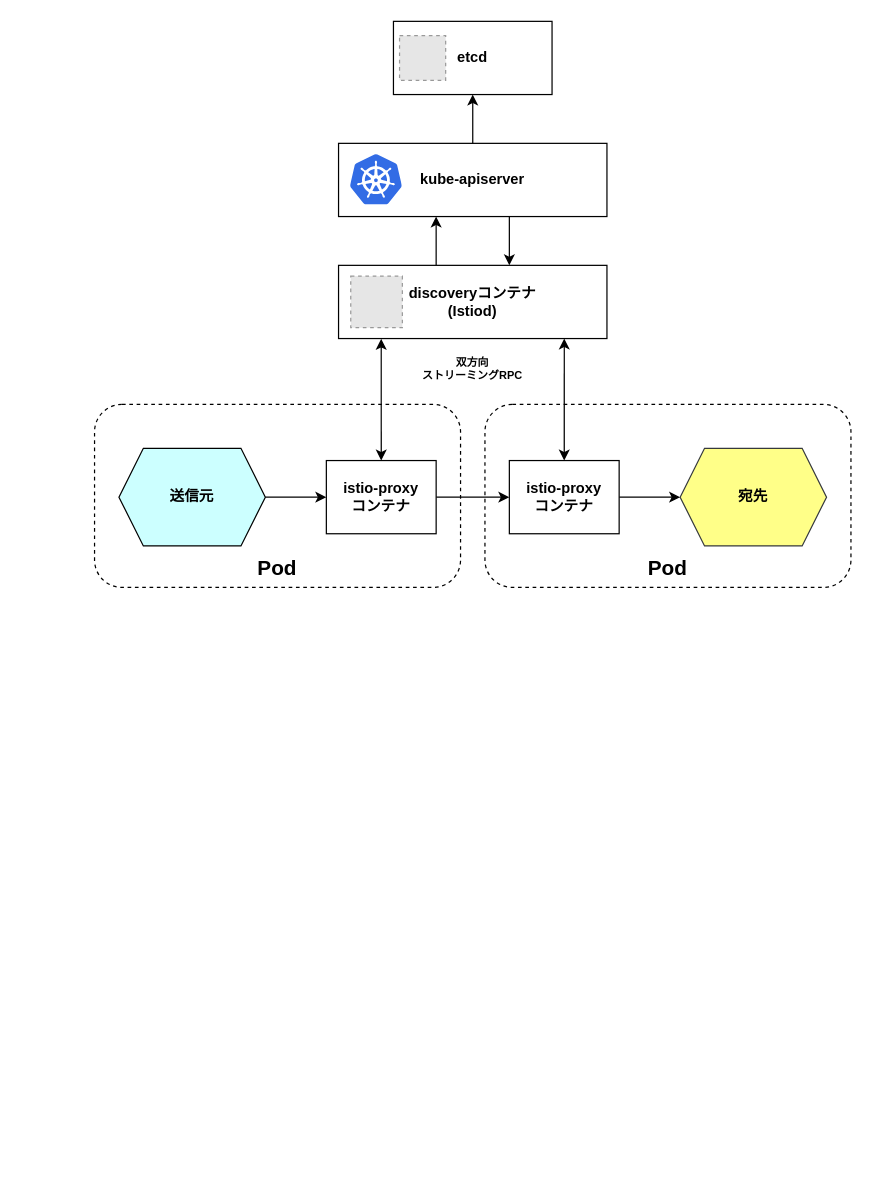
Earlier version of the draw.io diagram page "service-discovery_istio" (5 of 10) of images/service-discovery_istio.drawio (hiroki-it/tech-notebook_old). Source tidied: cells renumbered, new cells numbered last; positions are measured from the earlier drawing's top-left corner, leaving out a move shared by most shapes. Both pictures are drawn from the tidied source at 122%, with x=0, y=0 at pixel (94, 21). Pictures stored in the file or linked from it are replaced by grey dashed boxes.
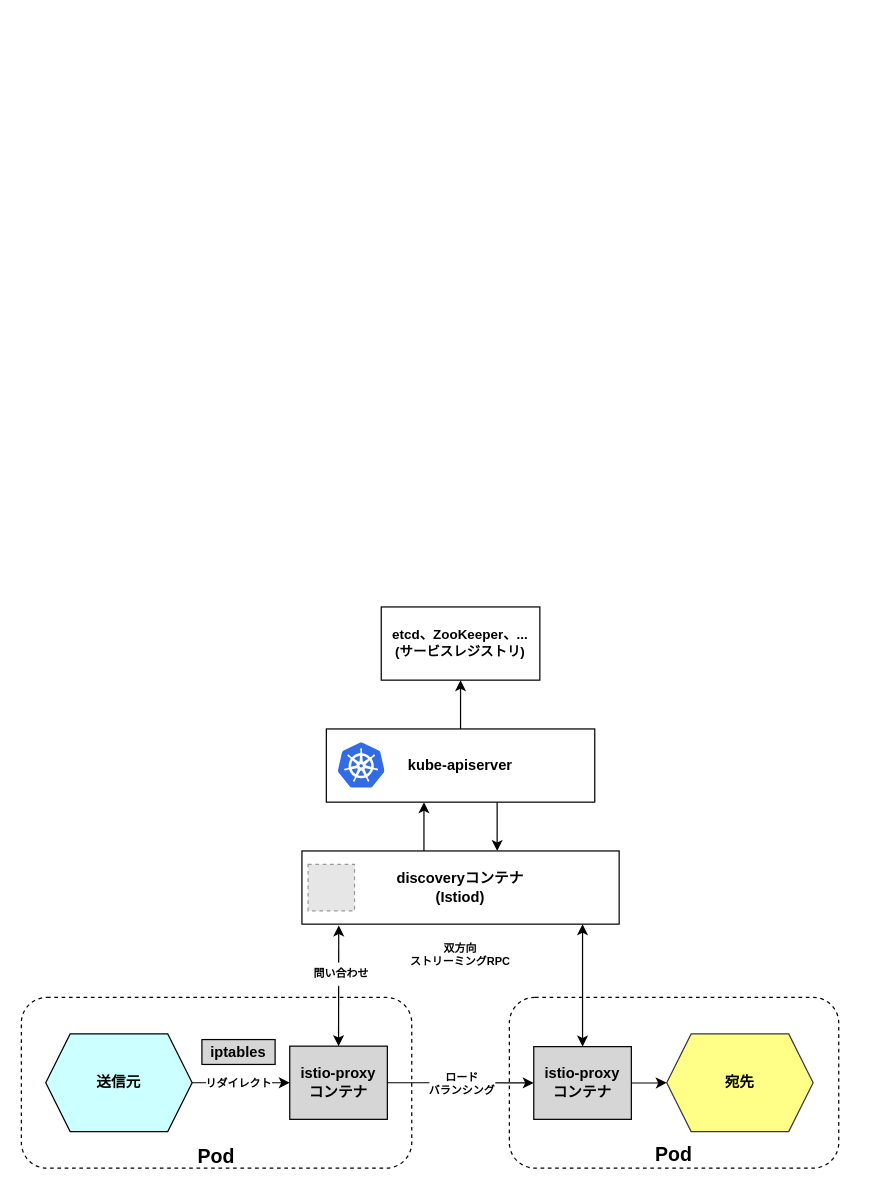
Above is the later version.

The edit, as a diff of the source:
```diff
@@
-    <mxCell id="2" style="group;" parent="1" vertex="1">
-      <mxGeometry y="314" width="300" height="150" as="geometry" />
-    </mxCell>
-    <mxCell id="3" style="rounded=1;whiteSpace=wrap;html=1;fillColor=none;dashed=1;" parent="2" vertex="1">
-      <mxGeometry width="300" height="150" as="geometry" />
-    </mxCell>
-    <mxCell id="4" value="&lt;b style=&quot;font-size: 17px;&quot;&gt;Pod&lt;/b&gt;" style="text;html=1;strokeColor=none;fillColor=none;align=center;verticalAlign=middle;whiteSpace=wrap;rounded=0;dashed=1;fontStyle=0;fontSize=17;" parent="2" vertex="1">
-      <mxGeometry x="120" y="120" width="60" height="30" as="geometry" />
-    </mxCell>
-    <mxCell id="5" style="group;" parent="1" vertex="1">
-      <mxGeometry x="320" y="314" width="300" height="150" as="geometry" />
-    </mxCell>
-    <mxCell id="6" style="rounded=1;whiteSpace=wrap;html=1;fillColor=none;dashed=1;" parent="5" vertex="1">
-      <mxGeometry width="300" height="150" as="geometry" />
-    </mxCell>
-    <mxCell id="7" value="&lt;b style=&quot;font-size: 17px;&quot;&gt;Pod&lt;/b&gt;" style="text;html=1;strokeColor=none;fillColor=none;align=center;verticalAlign=middle;whiteSpace=wrap;rounded=0;dashed=1;fontStyle=0;fontSize=17;" parent="5" vertex="1">
-      <mxGeometry x="120" y="120" width="60" height="30" as="geometry" />
-    </mxCell>
-    <mxCell id="8" style="edgeStyle=orthogonalEdgeStyle;rounded=0;jettySize=auto;html=1;" parent="1" edge="1" source="9" target="12">
-      <mxGeometry relative="1" as="geometry" />
-    </mxCell>
+    <mxCell id="29" style="rounded=1;whiteSpace=wrap;html=1;fillColor=none;dashed=1;" parent="1" vertex="1">
+      <mxGeometry x="340" y="800" width="270" height="140" as="geometry" />
+    </mxCell>
+    <mxCell id="30" style="rounded=1;whiteSpace=wrap;html=1;fillColor=none;dashed=1;" parent="1" vertex="1">
+      <mxGeometry x="-60" y="800" width="320" height="140" as="geometry" />
+    </mxCell>
+    <mxCell id="31" style="edgeStyle=orthogonalEdgeStyle;rounded=0;jettySize=auto;html=1;entryX=0;entryY=0.5;entryDx=0;entryDy=0;" parent="1" edge="1" source="9">
+      <mxGeometry relative="1" as="geometry">
+        <mxPoint x="160" y="870" as="targetPoint" />
+        <Array as="points">
+          <mxPoint x="145" y="870" />
+        </Array>
+      </mxGeometry>
+    </mxCell>
+    <mxCell id="32" value="&lt;b&gt;リダイレクト&lt;/b&gt;" style="edgeLabel;html=1;align=center;verticalAlign=middle;fontSize=9;" parent="31" vertex="1">
+      <mxGeometry y="-1" relative="1" as="geometry">
+        <mxPoint x="-3" y="-1" as="offset" />
+      </mxGeometry>
+    </mxCell>
     <mxCell id="9" value="&lt;b&gt;送信元&lt;br&gt;&lt;/b&gt;" style="shape=hexagon;perimeter=hexagonPerimeter2;whiteSpace=wrap;html=1;fixedSize=1;fillColor=#CCFFFF;strokeColor=default;" parent="1" vertex="1">
-      <mxGeometry x="20" y="350" width="120" height="80" as="geometry" />
+      <mxGeometry x="-40" y="830" width="120" height="80" as="geometry" />
     </mxCell>
     <mxCell id="10" value="&lt;b&gt;宛先&lt;br&gt;&lt;/b&gt;" style="shape=hexagon;perimeter=hexagonPerimeter2;whiteSpace=wrap;html=1;fixedSize=1;fillColor=#ffff88;strokeColor=#36393d;" parent="1" vertex="1">
-      <mxGeometry x="480" y="350" width="120" height="80" as="geometry" />
+      <mxGeometry x="469" y="830" width="120" height="80" as="geometry" />
     </mxCell>
-    <mxCell id="11" style="edgeStyle=orthogonalEdgeStyle;rounded=0;jettySize=auto;html=1;fontSize=17;entryX=0;entryY=0.5;entryDx=0;entryDy=0;" parent="1" edge="1" source="12" target="16">
-      <mxGeometry relative="1" as="geometry" />
-    </mxCell>
-    <mxCell id="12" value="&lt;b&gt;istio-proxy&lt;br&gt;コンテナ&lt;br&gt;&lt;/b&gt;" style="rounded=0;whiteSpace=wrap;html=1;" parent="1" vertex="1">
-      <mxGeometry x="190" y="360" width="90" height="60" as="geometry" />
-    </mxCell>
-    <mxCell id="13" style="edgeStyle=orthogonalEdgeStyle;rounded=0;orthogonalLoop=1;jettySize=auto;html=1;exitX=0.25;exitY=0;exitDx=0;exitDy=0;" parent="1" edge="1">
-      <mxGeometry relative="1" as="geometry">
-        <mxPoint x="280" y="200" as="sourcePoint" />
-        <mxPoint x="280" y="160" as="targetPoint" />
-        <Array as="points">
-          <mxPoint x="280" y="180" />
-          <mxPoint x="280" y="180" />
-        </Array>
-      </mxGeometry>
-    </mxCell>
-    <mxCell id="14" style="rounded=0;orthogonalLoop=1;jettySize=auto;html=1;exitX=0.25;exitY=0;exitDx=0;exitDy=0;strokeColor=default;" parent="1" edge="1">
-      <mxGeometry relative="1" as="geometry">
-        <mxPoint x="340" y="160" as="sourcePoint" />
-        <mxPoint x="340" y="200" as="targetPoint" />
-      </mxGeometry>
-    </mxCell>
-    <mxCell id="15" style="edgeStyle=orthogonalEdgeStyle;rounded=0;jettySize=auto;html=1;fontSize=17;" parent="1" edge="1" source="16" target="10">
-      <mxGeometry relative="1" as="geometry" />
-    </mxCell>
-    <mxCell id="16" value="&lt;b&gt;istio-proxy&lt;br&gt;コンテナ&lt;br&gt;&lt;/b&gt;" style="rounded=0;whiteSpace=wrap;html=1;" parent="1" vertex="1">
-      <mxGeometry x="340" y="360" width="90" height="60" as="geometry" />
-    </mxCell>
+    <mxCell id="33" value="&lt;span style=&quot;color: rgba(0, 0, 0, 0); font-family: monospace; font-size: 0px; text-align: start; background-color: rgb(248, 249, 250);&quot;&gt;ろー&lt;/span&gt;" style="edgeStyle=orthogonalEdgeStyle;rounded=0;jettySize=auto;html=1;fontSize=17;entryX=0;entryY=0.5;entryDx=0;entryDy=0;exitX=1;exitY=0.5;exitDx=0;exitDy=0;" parent="1" edge="1" source="49" target="51">
+      <mxGeometry relative="1" as="geometry" />
+    </mxCell>
+    <mxCell id="34" value="&lt;b&gt;ロード&lt;br&gt;バランシング&lt;/b&gt;" style="edgeLabel;html=1;align=center;verticalAlign=middle;fontSize=9;" parent="33" vertex="1">
+      <mxGeometry relative="1" as="geometry">
+        <mxPoint x="1" as="offset" />
+      </mxGeometry>
+    </mxCell>
+    <mxCell id="35" style="edgeStyle=orthogonalEdgeStyle;rounded=0;orthogonalLoop=1;jettySize=auto;html=1;exitX=0.25;exitY=0;exitDx=0;exitDy=0;" parent="1" edge="1">
+      <mxGeometry relative="1" as="geometry">
+        <mxPoint x="270" y="680" as="sourcePoint" />
+        <mxPoint x="270" y="640" as="targetPoint" />
+        <Array as="points">
+          <mxPoint x="270" y="660" />
+          <mxPoint x="270" y="660" />
+        </Array>
+      </mxGeometry>
+    </mxCell>
+    <mxCell id="36" style="edgeStyle=orthogonalEdgeStyle;rounded=0;orthogonalLoop=1;jettySize=auto;html=1;exitX=0.25;exitY=0;exitDx=0;exitDy=0;" parent="1" edge="1">
+      <mxGeometry relative="1" as="geometry">
+        <mxPoint x="330" y="640" as="sourcePoint" />
+        <mxPoint x="330" y="680" as="targetPoint" />
+        <Array as="points">
+          <mxPoint x="330" y="660" />
+          <mxPoint x="330" y="660" />
+        </Array>
+      </mxGeometry>
+    </mxCell>
+    <mxCell id="37" style="edgeStyle=orthogonalEdgeStyle;rounded=0;jettySize=auto;html=1;fontSize=17;exitX=1;exitY=0.5;exitDx=0;exitDy=0;" parent="1" edge="1" source="51" target="10">
+      <mxGeometry relative="1" as="geometry" />
+    </mxCell>
-    <mxCell id="17" value="双方向&lt;br style=&quot;font-size: 9px;&quot;&gt;ストリーミングRPC" style="text;html=1;strokeColor=none;fillColor=none;align=center;verticalAlign=middle;whiteSpace=wrap;rounded=0;fontSize=9;fontStyle=1;" parent="1" vertex="1">
-      <mxGeometry x="240" y="270" width="140" height="30" as="geometry" />
+    <mxCell id="17" value="&lt;b style=&quot;font-size: 9px;&quot;&gt;双方向&lt;br style=&quot;font-size: 9px;&quot;&gt;ストリーミングRPC&lt;/b&gt;" style="text;html=1;strokeColor=none;fillColor=none;align=center;verticalAlign=middle;whiteSpace=wrap;rounded=0;fontSize=9;" parent="1" vertex="1">
+      <mxGeometry x="230" y="750" width="140" height="30" as="geometry" />
     </mxCell>
-    <mxCell id="18" style="group;" parent="1" vertex="1">
-      <mxGeometry x="200" y="200" width="220" height="60" as="geometry" />
-    </mxCell>
+    <mxCell id="38" style="group;" parent="1" vertex="1">
+      <mxGeometry x="170" y="680" width="260" height="60" as="geometry" />
+    </mxCell>
-    <mxCell id="19" value="&lt;b&gt;discoveryコンテナ&lt;br&gt;(Istiod)&lt;/b&gt;" style="rounded=0;whiteSpace=wrap;html=1;" parent="18" vertex="1">
-      <mxGeometry width="220" height="60" as="geometry" />
+    <mxCell id="19" value="&lt;b&gt;discoveryコンテナ&lt;br&gt;(Istiod)&lt;/b&gt;" style="rounded=0;whiteSpace=wrap;html=1;" parent="38" vertex="1">
+      <mxGeometry width="260" height="60" as="geometry" />
     </mxCell>
-    <mxCell id="20" style="fillColor=#E6E6E6;strokeColor=#999999;dashed=1;verticalLabelPosition=bottom;labelBackgroundColor=default;verticalAlign=top;" parent="18" vertex="1">
-      <mxGeometry x="10" y="8.8" width="42.3" height="42.3" as="geometry" />
-    </mxCell>
-    <mxCell id="21" style="group;" parent="1" vertex="1">
-      <mxGeometry x="200" y="100" width="220" height="60" as="geometry" />
-    </mxCell>
+    <mxCell id="39" style="fillColor=#E6E6E6;strokeColor=#999999;dashed=1;verticalLabelPosition=bottom;labelBackgroundColor=default;verticalAlign=top;" parent="38" vertex="1">
+      <mxGeometry x="5" y="11" width="38.1" height="38.1" as="geometry" />
+    </mxCell>
+    <mxCell id="40" style="group;" parent="1" vertex="1">
+      <mxGeometry x="190" y="580" width="220" height="60" as="geometry" />
+    </mxCell>
-    <mxCell id="22" value="&lt;b&gt;kube-apiserver&lt;/b&gt;" style="rounded=0;whiteSpace=wrap;html=1;" parent="21" vertex="1">
+    <mxCell id="22" value="&lt;b&gt;kube-apiserver&lt;/b&gt;" style="rounded=0;whiteSpace=wrap;html=1;strokeWidth=1;" parent="40" vertex="1">
       <mxGeometry width="220" height="60" as="geometry" />
     </mxCell>
-    <mxCell id="23" style="sketch=0;html=1;align=center;image;fontSize=12;image=img/lib/mscae/Kubernetes.svg;" parent="21" vertex="1">
-      <mxGeometry x="10" y="8.8" width="42.3" height="42.3" as="geometry" />
-    </mxCell>
-    <mxCell id="24" style="edgeStyle=orthogonalEdgeStyle;rounded=0;jettySize=auto;html=1;entryX=0.5;entryY=1;entryDx=0;entryDy=0;" parent="1" edge="1" target="25">
-      <mxGeometry relative="1" as="geometry">
-        <mxPoint x="310" y="100" as="sourcePoint" />
-        <Array as="points">
-          <mxPoint x="310" y="80" />
-          <mxPoint x="310" y="80" />
-        </Array>
-      </mxGeometry>
-    </mxCell>
-    <mxCell id="25" value="&lt;b&gt;etcd&lt;/b&gt;" style="rounded=0;whiteSpace=wrap;html=1;" parent="1" vertex="1">
-      <mxGeometry x="245" width="130" height="60" as="geometry" />
-    </mxCell>
-    <mxCell id="26" style="fillColor=#E6E6E6;strokeColor=#999999;dashed=1;" parent="1" vertex="1">
-      <mxGeometry x="250" y="11.7" width="37.8" height="36.6" as="geometry" />
-    </mxCell>
-    <mxCell id="27" style="endArrow=classic;startArrow=classic;html=1;rounded=0;strokeColor=default;fontFamily=Helvetica;fontSize=12;fontColor=default;exitX=0.5;exitY=0;exitDx=0;exitDy=0;entryX=0.841;entryY=1;entryDx=0;entryDy=0;entryPerimeter=0;" parent="1" edge="1" source="16" target="19">
-      <mxGeometry relative="1" as="geometry" />
-    </mxCell>
-    <mxCell id="28" style="endArrow=classic;startArrow=classic;html=1;rounded=0;strokeColor=default;fontFamily=Helvetica;fontSize=12;fontColor=default;exitX=0.5;exitY=0;exitDx=0;exitDy=0;entryX=0.159;entryY=1.004;entryDx=0;entryDy=0;entryPerimeter=0;" parent="1" edge="1" source="12" target="19">
-      <mxGeometry relative="1" as="geometry" />
-    </mxCell>
+    <mxCell id="41" style="sketch=0;html=1;align=center;image;fontSize=12;image=img/lib/mscae/Kubernetes.svg;" parent="40" vertex="1">
+      <mxGeometry x="10" y="11" width="38.1" height="38.1" as="geometry" />
+    </mxCell>
+    <mxCell id="42" style="edgeStyle=orthogonalEdgeStyle;rounded=0;jettySize=auto;html=1;entryX=0.5;entryY=1;entryDx=0;entryDy=0;" parent="1" edge="1" target="43">
+      <mxGeometry relative="1" as="geometry">
+        <mxPoint x="300" y="580" as="sourcePoint" />
+        <Array as="points">
+          <mxPoint x="300" y="560" />
+          <mxPoint x="300" y="560" />
+        </Array>
+      </mxGeometry>
+    </mxCell>
+    <mxCell id="43" value="&lt;b style=&quot;font-size: 11px;&quot;&gt;etcd、ZooKeeper、...&lt;br style=&quot;font-size: 11px;&quot;&gt;(サービスレジストリ)&lt;/b&gt;" style="rounded=0;whiteSpace=wrap;html=1;fontSize=11;" parent="1" vertex="1">
+      <mxGeometry x="235" y="480" width="130" height="60" as="geometry" />
+    </mxCell>
+    <mxCell id="44" style="endArrow=classic;startArrow=classic;html=1;rounded=0;strokeColor=default;fontFamily=Helvetica;fontSize=12;fontColor=default;exitX=0.5;exitY=0;exitDx=0;exitDy=0;entryX=0.116;entryY=1.018;entryDx=0;entryDy=0;entryPerimeter=0;" parent="1" edge="1" source="49" target="19">
+      <mxGeometry relative="1" as="geometry" />
+    </mxCell>
+    <mxCell id="45" style="edgeLabel;html=1;align=center;verticalAlign=middle;fontSize=9;" parent="44" vertex="1">
+      <mxGeometry x="0.14" relative="1" as="geometry" />
+    </mxCell>
+    <mxCell id="46" value="&lt;p style=&quot;line-height: 0.1;&quot;&gt;問い合わせ&lt;/p&gt;" style="edgeLabel;html=1;align=center;verticalAlign=middle;fontSize=9;fontStyle=1;" parent="44" vertex="1">
+      <mxGeometry x="0.06" y="-1" relative="1" as="geometry">
+        <mxPoint y="-8" as="offset" />
+      </mxGeometry>
+    </mxCell>
+    <mxCell id="47" style="endArrow=classic;startArrow=classic;html=1;rounded=0;strokeColor=default;fontFamily=Helvetica;fontSize=12;fontColor=default;exitX=0.5;exitY=0;exitDx=0;exitDy=0;" parent="1" edge="1" source="51">
+      <mxGeometry relative="1" as="geometry">
+        <mxPoint x="400" y="740" as="targetPoint" />
+      </mxGeometry>
+    </mxCell>
+    <mxCell id="48" value="&lt;b style=&quot;font-size: 16px;&quot;&gt;Pod&lt;/b&gt;" style="text;html=1;strokeColor=none;fillColor=none;align=center;verticalAlign=middle;whiteSpace=wrap;rounded=0;dashed=1;fontStyle=0;fontSize=16;" parent="1" vertex="1">
+      <mxGeometry x="68.4" y="920" width="64.2" height="19" as="geometry" />
+    </mxCell>
+    <mxCell id="49" value="&lt;b&gt;istio-proxy&lt;br&gt;コンテナ&lt;br&gt;&lt;/b&gt;" style="rounded=0;whiteSpace=wrap;html=1;fillColor=#D6D6D6;" parent="1" vertex="1">
+      <mxGeometry x="160" y="840" width="80" height="60" as="geometry" />
+    </mxCell>
+    <mxCell id="50" value="&lt;b style=&quot;font-size: 16px;&quot;&gt;Pod&lt;/b&gt;" style="text;html=1;strokeColor=none;fillColor=none;align=center;verticalAlign=middle;whiteSpace=wrap;rounded=0;dashed=1;fontStyle=0;fontSize=16;" parent="1" vertex="1">
+      <mxGeometry x="448" y="918" width="54" height="22" as="geometry" />
+    </mxCell>
+    <mxCell id="51" value="&lt;b&gt;istio-proxy&lt;br&gt;コンテナ&lt;br&gt;&lt;/b&gt;" style="rounded=0;whiteSpace=wrap;html=1;fillColor=#D6D6D6;" parent="1" vertex="1">
+      <mxGeometry x="360" y="840.4" width="80" height="59.6" as="geometry" />
+    </mxCell>
+    <mxCell id="52" value="&lt;b&gt;iptables&lt;br&gt;&lt;/b&gt;" style="rounded=0;whiteSpace=wrap;html=1;fillColor=#D6D6D6;" parent="1" vertex="1">
+      <mxGeometry x="88" y="834.6" width="60" height="20.4" as="geometry" />
+    </mxCell>
```
